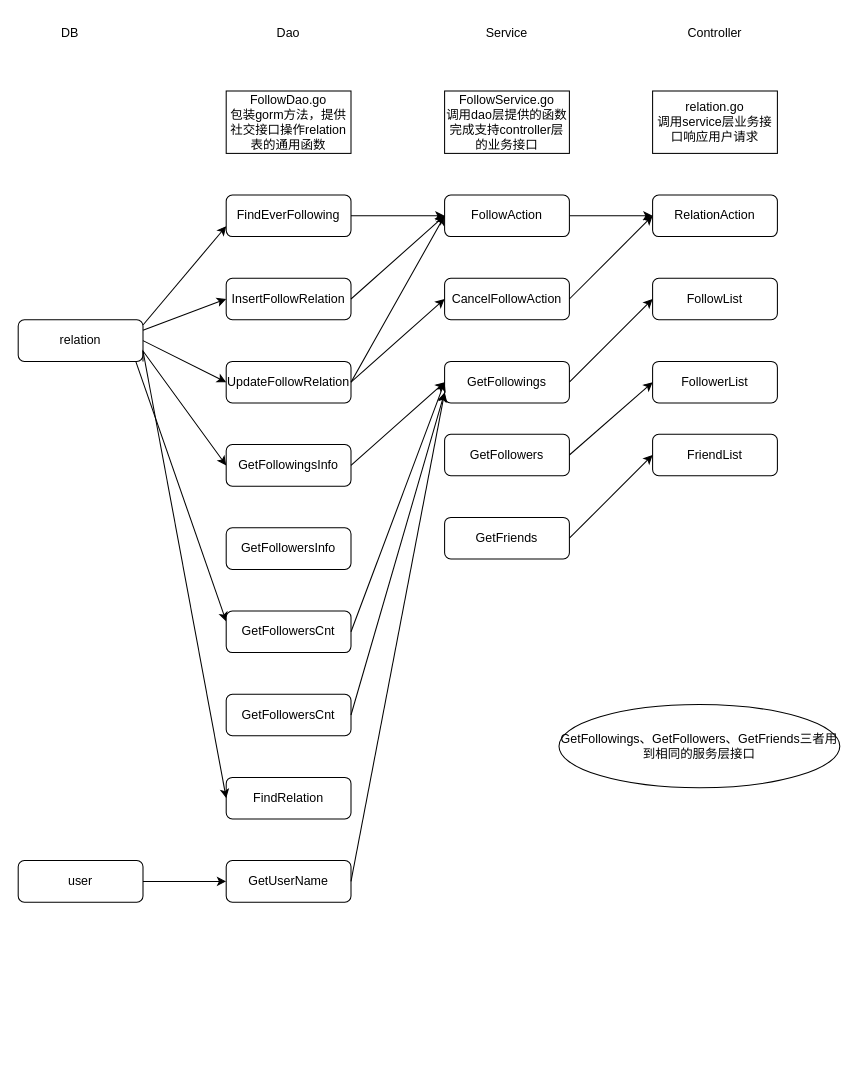
Earlier version of the draw.io diagram diagram-net/x-tiktok后端社交接口架构.drawio (Xuuuuuuuuuuuu/pic-repo). Source tidied: cells renumbered, new cells numbered last; positions are measured from the earlier drawing's top-left corner, leaving out a move shared by most shapes. Both pictures are drawn from the tidied source at 104%, with x=0, y=0 at pixel (18, 18).
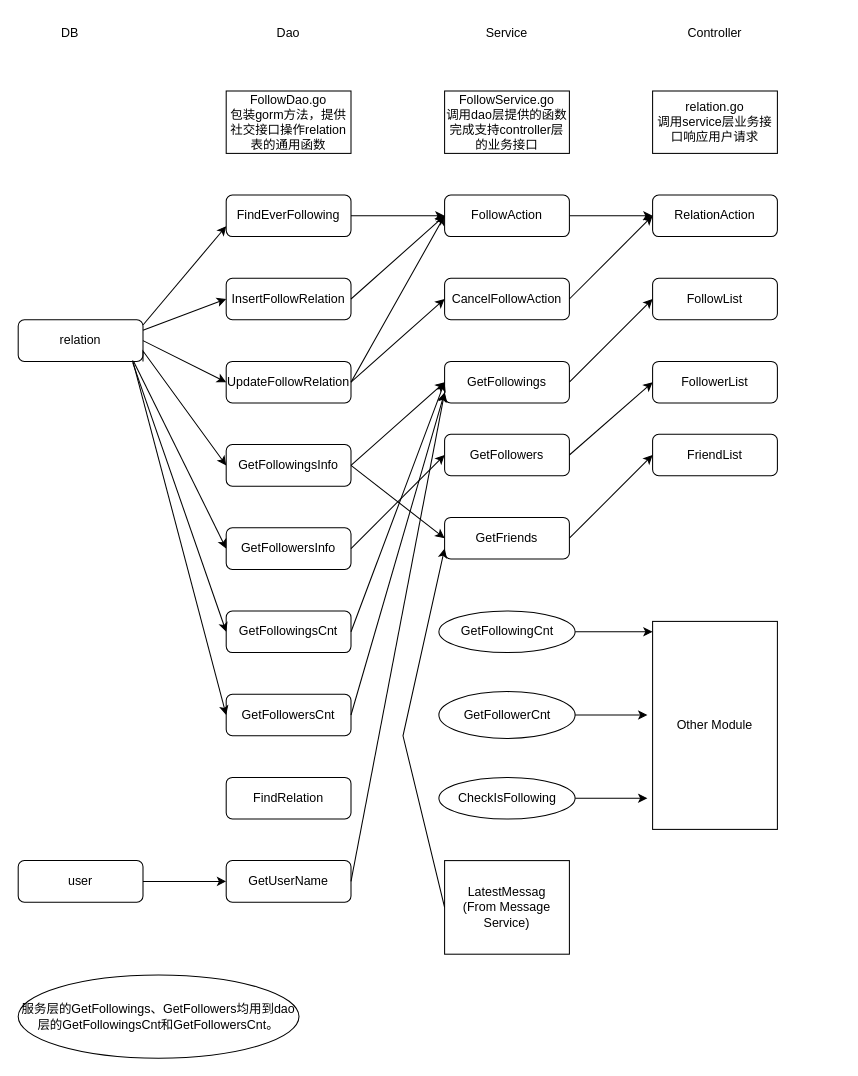
The same page after the edit.

Commit message:
更新x-tiktok后端社交接口架构.drawio

Unchanged cells that the change refers to:
```xml
<mxCell id="12" value="FindRelation" style="rounded=1;whiteSpace=wrap;html=1;" parent="1" vertex="1">
  <mxGeometry x="200" y="730" width="120" height="40" as="geometry" />
</mxCell>
<mxCell id="13" value="GetFollowingsInfo" style="rounded=1;whiteSpace=wrap;html=1;" parent="1" vertex="1">
  <mxGeometry x="200" y="410" width="120" height="40" as="geometry" />
</mxCell>
<mxCell id="14" value="GetFollowersInfo" style="rounded=1;whiteSpace=wrap;html=1;" parent="1" vertex="1">
  <mxGeometry x="200" y="490" width="120" height="40" as="geometry" />
</mxCell>
<mxCell id="22" value="GetFollowers" style="rounded=1;whiteSpace=wrap;html=1;" parent="1" vertex="1">
  <mxGeometry x="410" y="400" width="120" height="40" as="geometry" />
</mxCell>
<mxCell id="24" value="GetFriends" style="rounded=1;whiteSpace=wrap;html=1;" parent="1" vertex="1">
  <mxGeometry x="410" y="480" width="120" height="40" as="geometry" />
</mxCell>
<mxCell id="26" value="relation" style="rounded=1;whiteSpace=wrap;html=1;" parent="1" vertex="1">
  <mxGeometry y="290" width="120" height="40" as="geometry" />
</mxCell>
```

The edit, as a diff of the source:
```diff
@@
-    <mxCell id="32" style="endArrow=classic;html=1;rounded=0;entryX=0;entryY=0.5;entryDx=0;entryDy=0;exitX=1;exitY=0.75;exitDx=0;exitDy=0;" parent="1" edge="1" source="26" target="12">
-      <mxGeometry relative="1" as="geometry" />
-    </mxCell>
@@
-    <mxCell id="34" style="endArrow=classic;html=1;rounded=0;exitX=0.942;exitY=1;exitDx=0;exitDy=0;exitPerimeter=0;" parent="1" edge="1" source="26">
-      <mxGeometry relative="1" as="geometry">
-        <mxPoint x="200" y="580" as="targetPoint" />
-      </mxGeometry>
-    </mxCell>
@@
-    <mxCell id="43" value="GetFollowersCnt" style="rounded=1;whiteSpace=wrap;html=1;" parent="1" vertex="1">
+    <mxCell id="43" value="GetFollowingsCnt" style="rounded=1;whiteSpace=wrap;html=1;" parent="1" vertex="1">
       <mxGeometry x="200" y="570" width="120" height="40" as="geometry" />
     </mxCell>
@@
-    <mxCell id="49" value="GetFollowings、GetFollowers、GetFriends三者用到相同的服务层接口" style="ellipse;whiteSpace=wrap;html=1;" parent="1" vertex="1">
-      <mxGeometry x="520" y="660" width="270" height="80" as="geometry" />
+    <mxCell id="49" value="服务层的GetFollowings、GetFollowers均用到dao层的GetFollowingsCnt和GetFollowersCnt。" style="ellipse;whiteSpace=wrap;html=1;" parent="1" vertex="1">
+      <mxGeometry y="920" width="270" height="80" as="geometry" />
     </mxCell>
+    <mxCell id="50" style="edgeStyle=orthogonalEdgeStyle;rounded=0;jettySize=auto;html=1;entryX=0.042;entryY=0.1;entryDx=0;entryDy=0;entryPerimeter=0;" parent="1" edge="1" source="51">
+      <mxGeometry relative="1" as="geometry">
+        <mxPoint x="610" y="590" as="targetPoint" />
+      </mxGeometry>
+    </mxCell>
+    <mxCell id="51" value="GetFollowingCnt" style="ellipse;whiteSpace=wrap;html=1;" parent="1" vertex="1">
+      <mxGeometry x="404.5" y="570" width="131" height="40" as="geometry" />
+    </mxCell>
+    <mxCell id="52" style="edgeStyle=orthogonalEdgeStyle;rounded=0;jettySize=auto;html=1;exitX=1;exitY=0.5;exitDx=0;exitDy=0;entryX=0;entryY=0.5;entryDx=0;entryDy=0;" parent="1" edge="1" source="53">
+      <mxGeometry relative="1" as="geometry">
+        <mxPoint x="605" y="670" as="targetPoint" />
+      </mxGeometry>
+    </mxCell>
+    <mxCell id="53" value="GetFollowerCnt" style="ellipse;whiteSpace=wrap;html=1;" parent="1" vertex="1">
+      <mxGeometry x="404.5" y="647.5" width="131" height="45" as="geometry" />
+    </mxCell>
+    <mxCell id="54" style="edgeStyle=orthogonalEdgeStyle;rounded=0;jettySize=auto;html=1;exitX=1;exitY=0.5;exitDx=0;exitDy=0;entryX=0;entryY=0.9;entryDx=0;entryDy=0;entryPerimeter=0;" parent="1" edge="1" source="55">
+      <mxGeometry relative="1" as="geometry">
+        <mxPoint x="605" y="750" as="targetPoint" />
+      </mxGeometry>
+    </mxCell>
+    <mxCell id="55" value="CheckIsFollowing" style="ellipse;whiteSpace=wrap;html=1;" parent="1" vertex="1">
+      <mxGeometry x="404.5" y="730" width="131" height="40" as="geometry" />
+    </mxCell>
+    <mxCell id="56" value="Other Module" style="rounded=0;whiteSpace=wrap;html=1;" parent="1" vertex="1">
+      <mxGeometry x="610" y="580" width="120" height="200" as="geometry" />
+    </mxCell>
+    <mxCell id="57" style="endArrow=classic;html=1;rounded=0;exitX=1;exitY=0.5;exitDx=0;exitDy=0;entryX=0;entryY=0.5;entryDx=0;entryDy=0;" parent="1" edge="1" source="14" target="22">
+      <mxGeometry relative="1" as="geometry" />
+    </mxCell>
+    <mxCell id="58" style="endArrow=classic;html=1;rounded=0;exitX=0.925;exitY=1;exitDx=0;exitDy=0;exitPerimeter=0;entryX=0;entryY=0.5;entryDx=0;entryDy=0;" parent="1" edge="1" source="26" target="14">
+      <mxGeometry relative="1" as="geometry" />
+    </mxCell>
+    <mxCell id="59" style="endArrow=classic;html=1;rounded=0;exitX=0.917;exitY=1.025;exitDx=0;exitDy=0;exitPerimeter=0;entryX=0;entryY=0.5;entryDx=0;entryDy=0;" parent="1" edge="1" source="26" target="43">
+      <mxGeometry relative="1" as="geometry" />
+    </mxCell>
+    <mxCell id="60" style="endArrow=classic;html=1;rounded=0;exitX=0.917;exitY=0.975;exitDx=0;exitDy=0;exitPerimeter=0;" parent="1" edge="1" source="26">
+      <mxGeometry relative="1" as="geometry">
+        <mxPoint x="200" y="670" as="targetPoint" />
+      </mxGeometry>
+    </mxCell>
+    <mxCell id="61" style="endArrow=classic;html=1;rounded=0;entryX=0;entryY=0.5;entryDx=0;entryDy=0;exitX=1;exitY=0.5;exitDx=0;exitDy=0;" parent="1" edge="1" source="13" target="24">
+      <mxGeometry relative="1" as="geometry" />
+    </mxCell>
+    <mxCell id="62" value="LatestMessag&lt;br&gt;(From Message Service)" style="rounded=0;whiteSpace=wrap;html=1;" parent="1" vertex="1">
+      <mxGeometry x="410" y="810" width="120" height="90" as="geometry" />
+    </mxCell>
+    <mxCell id="63" style="endArrow=classic;html=1;rounded=0;entryX=0;entryY=0.75;entryDx=0;entryDy=0;exitX=0;exitY=0.5;exitDx=0;exitDy=0;" parent="1" edge="1" source="62" target="24">
+      <mxGeometry relative="1" as="geometry">
+        <Array as="points">
+          <mxPoint x="370" y="690" />
+        </Array>
+      </mxGeometry>
+    </mxCell>
```
